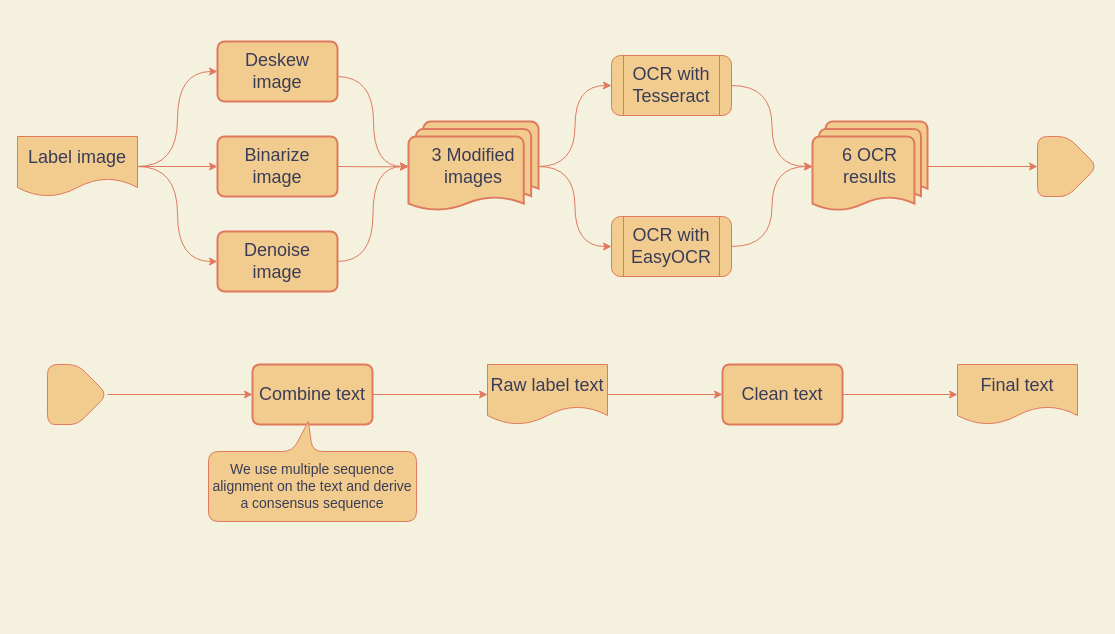
Before: assets/ocr_flow.drawio in rafelafrance/digi_leap_old, a draw.io diagram. Source tidied: cells renumbered, new cells numbered last; positions are measured from the earlier drawing's top-left corner, leaving out a move shared by most shapes. Both pictures are drawn from the tidied source at 100%, with x=0, y=0 at pixel (17, 41).
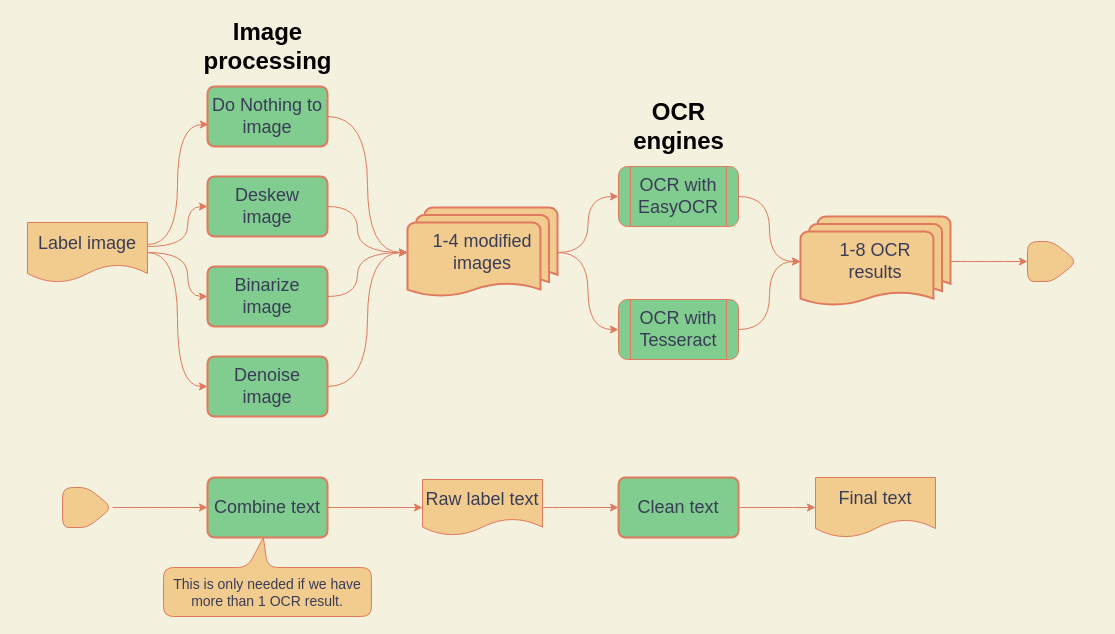
Above is the later version.

Diff of the diagram source:
```diff
@@
-    <mxCell id="2" style="edgeStyle=orthogonalEdgeStyle;rounded=1;jettySize=auto;html=1;entryX=0;entryY=0.5;entryDx=0;entryDy=0;strokeColor=#E07A5F;fontColor=#393C56;labelBackgroundColor=#F4F1DE;curved=1;" parent="1" edge="1" source="4" target="21">
-      <mxGeometry relative="1" as="geometry" />
-    </mxCell>
-    <mxCell id="3" style="edgeStyle=orthogonalEdgeStyle;rounded=1;jettySize=auto;html=1;entryX=0;entryY=0.5;entryDx=0;entryDy=0;strokeColor=#E07A5F;fontColor=#393C56;labelBackgroundColor=#F4F1DE;curved=1;" parent="1" edge="1" source="4" target="22">
-      <mxGeometry relative="1" as="geometry" />
-    </mxCell>
-    <mxCell id="4" value="3 Modified images" style="strokeWidth=2;html=1;shape=mxgraph.flowchart.multi-document;whiteSpace=wrap;fontSize=18;rounded=1;fillColor=#F2CC8F;strokeColor=#E07A5F;fontColor=#393C56;" parent="1" vertex="1">
-      <mxGeometry x="391" y="80" width="130" height="90" as="geometry" />
-    </mxCell>
-    <mxCell id="5" style="edgeStyle=orthogonalEdgeStyle;rounded=1;jettySize=auto;html=1;strokeColor=#E07A5F;fontColor=#393C56;labelBackgroundColor=#F4F1DE;curved=1;" parent="1" edge="1" source="8">
-      <mxGeometry relative="1" as="geometry">
-        <mxPoint x="200" y="125" as="targetPoint" />
-      </mxGeometry>
-    </mxCell>
-    <mxCell id="6" style="edgeStyle=orthogonalEdgeStyle;rounded=1;jettySize=auto;html=1;entryX=0;entryY=0.5;entryDx=0;entryDy=0;strokeColor=#E07A5F;fontColor=#393C56;labelBackgroundColor=#F4F1DE;curved=1;" parent="1" edge="1" source="8" target="30">
-      <mxGeometry relative="1" as="geometry" />
-    </mxCell>
-    <mxCell id="7" style="edgeStyle=orthogonalEdgeStyle;rounded=1;jettySize=auto;html=1;entryX=0;entryY=0.5;entryDx=0;entryDy=0;strokeColor=#E07A5F;fontColor=#393C56;labelBackgroundColor=#F4F1DE;curved=1;" parent="1" edge="1" source="8" target="27">
-      <mxGeometry relative="1" as="geometry" />
-    </mxCell>
     <mxCell id="8" value="Label image" style="shape=document;whiteSpace=wrap;html=1;boundedLbl=1;fontSize=18;rounded=1;fillColor=#F2CC8F;strokeColor=#E07A5F;fontColor=#393C56;" parent="1" vertex="1">
-      <mxGeometry y="95" width="120" height="60" as="geometry" />
+      <mxGeometry x="10" y="181" width="120" height="60" as="geometry" />
     </mxCell>
@@
-    <mxCell id="10" value="6 OCR results" style="strokeWidth=2;html=1;shape=mxgraph.flowchart.multi-document;whiteSpace=wrap;fontSize=18;rounded=1;fillColor=#F2CC8F;strokeColor=#E07A5F;fontColor=#393C56;" parent="1" vertex="1">
-      <mxGeometry x="795" y="80" width="115" height="90" as="geometry" />
+    <mxCell id="10" value="1-8 OCR&lt;br&gt;results" style="strokeWidth=2;html=1;shape=mxgraph.flowchart.multi-document;whiteSpace=wrap;fontSize=18;rounded=1;fillColor=#F2CC8F;strokeColor=#E07A5F;fontColor=#393C56;" parent="1" vertex="1">
+      <mxGeometry x="783" y="175" width="150" height="90" as="geometry" />
     </mxCell>
@@
     <mxCell id="12" value="Raw label text" style="shape=document;whiteSpace=wrap;html=1;boundedLbl=1;fontSize=18;rounded=1;fillColor=#F2CC8F;strokeColor=#E07A5F;fontColor=#393C56;" parent="1" vertex="1">
-      <mxGeometry x="470" y="323" width="120" height="60" as="geometry" />
+      <mxGeometry x="405" y="438" width="120" height="56" as="geometry" />
     </mxCell>
@@
-    <mxCell id="14" value="Clean text" style="rounded=1;whiteSpace=wrap;html=1;absoluteArcSize=1;arcSize=14;strokeWidth=2;fontSize=18;fillColor=#F2CC8F;strokeColor=#E07A5F;fontColor=#393C56;" parent="1" vertex="1">
-      <mxGeometry x="705" y="323" width="120" height="60" as="geometry" />
+    <mxCell id="14" value="Clean text" style="rounded=1;whiteSpace=wrap;html=1;absoluteArcSize=1;arcSize=14;strokeWidth=2;fontSize=18;fillColor=#81CC8F;strokeColor=#E07A5F;fontColor=#393C56;" parent="1" vertex="1">
+      <mxGeometry x="601" y="436" width="120" height="60" as="geometry" />
     </mxCell>
     <mxCell id="15" value="Final text" style="shape=document;whiteSpace=wrap;html=1;boundedLbl=1;fontSize=18;rounded=1;fillColor=#F2CC8F;strokeColor=#E07A5F;fontColor=#393C56;" parent="1" vertex="1">
-      <mxGeometry x="940" y="323" width="120" height="60" as="geometry" />
+      <mxGeometry x="798" y="436" width="120" height="60" as="geometry" />
     </mxCell>
@@
-    <mxCell id="17" value="Combine text" style="rounded=1;whiteSpace=wrap;html=1;absoluteArcSize=1;arcSize=14;strokeWidth=2;fontSize=18;fillColor=#F2CC8F;strokeColor=#E07A5F;fontColor=#393C56;" parent="1" vertex="1">
-      <mxGeometry x="235" y="323" width="120" height="60" as="geometry" />
+    <mxCell id="17" value="Combine text" style="rounded=1;whiteSpace=wrap;html=1;absoluteArcSize=1;arcSize=14;strokeWidth=2;fontSize=18;fillColor=#81CC8F;strokeColor=#E07A5F;fontColor=#393C56;" parent="1" vertex="1">
+      <mxGeometry x="190" y="436" width="120" height="60" as="geometry" />
     </mxCell>
-    <mxCell id="18" value="We use multiple sequence alignment on the text and derive a consensus sequence" style="shape=callout;whiteSpace=wrap;html=1;perimeter=calloutPerimeter;fontSize=14;direction=west;position2=0.52;rounded=1;fillColor=#F2CC8F;strokeColor=#E07A5F;fontColor=#393C56;" parent="1" vertex="1">
-      <mxGeometry x="191" y="380" width="208" height="100" as="geometry" />
+    <mxCell id="18" value="This is only needed if we have more than 1 OCR result." style="shape=callout;whiteSpace=wrap;html=1;perimeter=calloutPerimeter;fontSize=14;direction=west;position2=0.52;rounded=1;fillColor=#F2CC8F;strokeColor=#E07A5F;fontColor=#393C56;" parent="1" vertex="1">
+      <mxGeometry x="146" y="496" width="208" height="79" as="geometry" />
     </mxCell>
     <mxCell id="19" style="verticalLabelPosition=bottom;verticalAlign=top;html=1;shape=offPageConnector;rounded=1;size=0.5;direction=north;fillColor=#F2CC8F;strokeColor=#E07A5F;fontColor=#393C56;" parent="1" vertex="1">
-      <mxGeometry x="1020" y="95" width="60" height="60" as="geometry" />
+      <mxGeometry x="1010" y="200" width="50" height="40" as="geometry" />
     </mxCell>
-    <mxCell id="20" style="group;rounded=1;fontColor=#393C56;" parent="1" vertex="1">
-      <mxGeometry x="594" y="14" width="120" height="221" as="geometry" />
-    </mxCell>
+    <mxCell id="23" style="edgeStyle=orthogonalEdgeStyle;rounded=1;jettySize=auto;html=1;entryX=0;entryY=0.5;entryDx=0;entryDy=0;strokeColor=#E07A5F;fontColor=#393C56;labelBackgroundColor=#F4F1DE;curved=1;exitX=0.5;exitY=1;exitDx=0;exitDy=0;" parent="1" edge="1" source="36" target="17">
+      <mxGeometry relative="1" as="geometry" />
+    </mxCell>
+    <mxCell id="34" style="group;" parent="1" vertex="1">
+      <mxGeometry x="601" y="125" width="120" height="190" as="geometry" />
+    </mxCell>
+    <mxCell id="22" value="OCR with EasyOCR" style="shape=process;whiteSpace=wrap;html=1;backgroundOutline=1;fontSize=18;rounded=1;fillColor=#81CC8F;strokeColor=#E07A5F;fontColor=#393C56;" parent="34" vertex="1">
+      <mxGeometry width="120" height="60" as="geometry" />
+    </mxCell>
-    <mxCell id="21" value="OCR with Tesseract" style="shape=process;whiteSpace=wrap;html=1;backgroundOutline=1;fontSize=18;rounded=1;fillColor=#F2CC8F;strokeColor=#E07A5F;fontColor=#393C56;" parent="20" vertex="1">
-      <mxGeometry width="120" height="60" as="geometry" />
+    <mxCell id="21" value="OCR with Tesseract" style="shape=process;whiteSpace=wrap;html=1;backgroundOutline=1;fontSize=18;rounded=1;fillColor=#81CC8F;strokeColor=#E07A5F;fontColor=#393C56;" parent="34" vertex="1">
+      <mxGeometry y="133" width="120" height="60" as="geometry" />
     </mxCell>
-    <mxCell id="22" value="OCR with EasyOCR" style="shape=process;whiteSpace=wrap;html=1;backgroundOutline=1;fontSize=18;rounded=1;fillColor=#F2CC8F;strokeColor=#E07A5F;fontColor=#393C56;" parent="20" vertex="1">
-      <mxGeometry y="161" width="120" height="60" as="geometry" />
-    </mxCell>
-    <mxCell id="23" style="edgeStyle=orthogonalEdgeStyle;rounded=1;jettySize=auto;html=1;entryX=0;entryY=0.5;entryDx=0;entryDy=0;strokeColor=#E07A5F;fontColor=#393C56;labelBackgroundColor=#F4F1DE;curved=1;" parent="1" edge="1" source="24" target="17">
-      <mxGeometry relative="1" as="geometry" />
-    </mxCell>
-    <mxCell id="24" style="verticalLabelPosition=bottom;verticalAlign=top;html=1;shape=offPageConnector;rounded=1;size=0.5;direction=north;background=lightgreen;fillColor=#F2CC8F;strokeColor=#E07A5F;fontColor=#393C56;" parent="1" vertex="1">
-      <mxGeometry x="30" y="323" width="60" height="60" as="geometry" />
-    </mxCell>
+    <mxCell id="35" value="1-4&amp;nbsp;modified&lt;br&gt;images" style="strokeWidth=2;html=1;shape=mxgraph.flowchart.multi-document;whiteSpace=wrap;fontSize=18;rounded=1;fillColor=#F2CC8F;strokeColor=#E07A5F;fontColor=#393C56;" parent="1" vertex="1">
+      <mxGeometry x="390" y="166" width="150" height="90" as="geometry" />
+    </mxCell>
+    <mxCell id="36" style="verticalLabelPosition=bottom;verticalAlign=top;html=1;shape=offPageConnector;rounded=1;size=0.5;direction=north;fillColor=#F2CC8F;strokeColor=#E07A5F;fontColor=#393C56;" parent="1" vertex="1">
+      <mxGeometry x="45" y="446" width="50" height="40" as="geometry" />
+    </mxCell>
+    <mxCell id="37" style="edgeStyle=orthogonalEdgeStyle;rounded=1;jettySize=auto;html=1;entryX=0;entryY=0.5;entryDx=0;entryDy=0;strokeColor=#E07A5F;fontColor=#393C56;labelBackgroundColor=#F4F1DE;curved=1;exitX=1;exitY=0.5;exitDx=0;exitDy=0;exitPerimeter=0;" parent="1" edge="1" source="35" target="22">
+      <mxGeometry relative="1" as="geometry" />
+    </mxCell>
+    <mxCell id="38" style="edgeStyle=orthogonalEdgeStyle;rounded=1;jettySize=auto;html=1;entryX=0;entryY=0.5;entryDx=0;entryDy=0;strokeColor=#E07A5F;fontColor=#393C56;labelBackgroundColor=#F4F1DE;curved=1;exitX=1;exitY=0.5;exitDx=0;exitDy=0;exitPerimeter=0;" parent="1" edge="1" source="35" target="21">
+      <mxGeometry relative="1" as="geometry" />
+    </mxCell>
+    <mxCell id="26" style="edgeStyle=orthogonalEdgeStyle;rounded=1;jettySize=auto;html=1;entryX=0;entryY=0.5;entryDx=0;entryDy=0;strokeColor=#E07A5F;fontColor=#393C56;labelBackgroundColor=#F4F1DE;curved=1;entryPerimeter=0;" parent="1" edge="1" source="22" target="10">
+      <mxGeometry relative="1" as="geometry" />
+    </mxCell>
-    <mxCell id="25" style="edgeStyle=orthogonalEdgeStyle;rounded=1;jettySize=auto;html=1;entryX=0;entryY=0.5;entryDx=0;entryDy=0;entryPerimeter=0;strokeColor=#E07A5F;fontColor=#393C56;labelBackgroundColor=#F4F1DE;curved=1;" parent="1" edge="1" source="21" target="10">
+    <mxCell id="25" style="edgeStyle=orthogonalEdgeStyle;rounded=1;jettySize=auto;html=1;entryX=0;entryY=0.5;entryDx=0;entryDy=0;strokeColor=#E07A5F;fontColor=#393C56;labelBackgroundColor=#F4F1DE;curved=1;entryPerimeter=0;exitX=1;exitY=0.5;exitDx=0;exitDy=0;" parent="1" edge="1" source="21" target="10">
       <mxGeometry relative="1" as="geometry" />
     </mxCell>
-    <mxCell id="26" style="edgeStyle=orthogonalEdgeStyle;rounded=1;jettySize=auto;html=1;entryX=0;entryY=0.5;entryDx=0;entryDy=0;entryPerimeter=0;strokeColor=#E07A5F;fontColor=#393C56;labelBackgroundColor=#F4F1DE;curved=1;" parent="1" edge="1" source="22" target="10">
-      <mxGeometry relative="1" as="geometry" />
-    </mxCell>
+    <mxCell id="39" value="Image&lt;br&gt;processing" style="text;strokeColor=none;fillColor=none;html=1;fontSize=24;fontStyle=1;verticalAlign=middle;align=center;" parent="1" vertex="1">
+      <mxGeometry x="200" y="-15" width="100" height="40" as="geometry" />
+    </mxCell>
+    <mxCell id="40" value="OCR&lt;br&gt;engines" style="text;strokeColor=none;fillColor=none;html=1;fontSize=24;fontStyle=1;verticalAlign=middle;align=center;" parent="1" vertex="1">
+      <mxGeometry x="611" y="65" width="100" height="40" as="geometry" />
+    </mxCell>
-    <mxCell id="27" value="Deskew image" style="rounded=1;whiteSpace=wrap;html=1;absoluteArcSize=1;arcSize=14;strokeWidth=2;fontSize=18;fillColor=#F2CC8F;strokeColor=#E07A5F;fontColor=#393C56;" parent="1" vertex="1">
-      <mxGeometry x="200" width="120" height="60" as="geometry" />
+    <mxCell id="27" value="Deskew image" style="rounded=1;whiteSpace=wrap;html=1;absoluteArcSize=1;arcSize=14;strokeWidth=2;fontSize=18;fillColor=#81CC8F;strokeColor=#E07A5F;fontColor=#393C56;" parent="1" vertex="1">
+      <mxGeometry x="190" y="135" width="120" height="60" as="geometry" />
     </mxCell>
     <mxCell id="28" style="edgeStyle=orthogonalEdgeStyle;rounded=1;orthogonalLoop=1;jettySize=auto;html=1;exitX=0.5;exitY=1;exitDx=0;exitDy=0;strokeColor=#E07A5F;fontColor=#393C56;labelBackgroundColor=#F4F1DE;curved=1;" parent="1" edge="1">
       <mxGeometry relative="1" as="geometry">
-        <mxPoint x="258" y="273" as="sourcePoint" />
-        <mxPoint x="258" y="273" as="targetPoint" />
+        <mxPoint x="268" y="397" as="sourcePoint" />
+        <mxPoint x="268" y="397" as="targetPoint" />
       </mxGeometry>
     </mxCell>
-    <mxCell id="29" value="Binarize image" style="rounded=1;whiteSpace=wrap;html=1;absoluteArcSize=1;arcSize=14;strokeWidth=2;fontSize=18;fillColor=#F2CC8F;strokeColor=#E07A5F;fontColor=#393C56;" parent="1" vertex="1">
-      <mxGeometry x="200" y="95" width="120" height="60" as="geometry" />
+    <mxCell id="29" value="Binarize image" style="rounded=1;whiteSpace=wrap;html=1;absoluteArcSize=1;arcSize=14;strokeWidth=2;fontSize=18;fillColor=#81CC8F;strokeColor=#E07A5F;fontColor=#393C56;" parent="1" vertex="1">
+      <mxGeometry x="190" y="225" width="120" height="60" as="geometry" />
     </mxCell>
-    <mxCell id="30" value="Denoise image" style="rounded=1;whiteSpace=wrap;html=1;absoluteArcSize=1;arcSize=14;strokeWidth=2;fontSize=18;fillColor=#F2CC8F;strokeColor=#E07A5F;fontColor=#393C56;" parent="1" vertex="1">
-      <mxGeometry x="200" y="190" width="120" height="60" as="geometry" />
+    <mxCell id="30" value="Denoise image" style="rounded=1;whiteSpace=wrap;html=1;absoluteArcSize=1;arcSize=14;strokeWidth=2;fontSize=18;fillColor=#81CC8F;strokeColor=#E07A5F;fontColor=#393C56;" parent="1" vertex="1">
+      <mxGeometry x="190" y="315" width="120" height="60" as="geometry" />
     </mxCell>
-    <mxCell id="31" style="edgeStyle=orthogonalEdgeStyle;rounded=1;jettySize=auto;html=1;entryX=0;entryY=0.5;entryDx=0;entryDy=0;strokeColor=#E07A5F;fontColor=#393C56;labelBackgroundColor=#F4F1DE;entryPerimeter=0;curved=1;" parent="1" edge="1" target="4">
-      <mxGeometry relative="1" as="geometry">
-        <mxPoint x="320" y="35" as="sourcePoint" />
-      </mxGeometry>
-    </mxCell>
-    <mxCell id="32" style="edgeStyle=orthogonalEdgeStyle;rounded=1;jettySize=auto;html=1;strokeColor=#E07A5F;fontColor=#393C56;labelBackgroundColor=#F4F1DE;entryX=0;entryY=0.5;entryDx=0;entryDy=0;entryPerimeter=0;curved=1;" parent="1" edge="1" target="4">
-      <mxGeometry relative="1" as="geometry">
-        <mxPoint x="320" y="125" as="sourcePoint" />
-      </mxGeometry>
-    </mxCell>
-    <mxCell id="33" style="edgeStyle=orthogonalEdgeStyle;rounded=1;jettySize=auto;html=1;entryX=0;entryY=0.5;entryDx=0;entryDy=0;strokeColor=#E07A5F;fontColor=#393C56;labelBackgroundColor=#F4F1DE;entryPerimeter=0;exitX=1;exitY=0.5;exitDx=0;exitDy=0;curved=1;" parent="1" edge="1" source="30" target="4">
-      <mxGeometry relative="1" as="geometry" />
-    </mxCell>
+    <mxCell id="41" value="Do Nothing to image" style="rounded=1;whiteSpace=wrap;html=1;absoluteArcSize=1;arcSize=14;strokeWidth=2;fontSize=18;fillColor=#81CC8F;strokeColor=#E07A5F;fontColor=#393C56;" parent="1" vertex="1">
+      <mxGeometry x="190" y="45" width="120" height="60" as="geometry" />
+    </mxCell>
+    <mxCell id="42" style="edgeStyle=orthogonalEdgeStyle;rounded=1;jettySize=auto;html=1;entryX=0.008;entryY=0.633;entryDx=0;entryDy=0;strokeColor=#E07A5F;fontColor=#393C56;labelBackgroundColor=#F4F1DE;curved=1;exitX=1;exitY=0.367;exitDx=0;exitDy=0;exitPerimeter=0;entryPerimeter=0;" parent="1" edge="1" source="8" target="41">
+      <mxGeometry relative="1" as="geometry" />
+    </mxCell>
+    <mxCell id="43" style="edgeStyle=orthogonalEdgeStyle;rounded=1;jettySize=auto;html=1;entryX=0;entryY=0.5;entryDx=0;entryDy=0;strokeColor=#E07A5F;fontColor=#393C56;labelBackgroundColor=#F4F1DE;curved=1;" parent="1" edge="1" target="27">
+      <mxGeometry relative="1" as="geometry">
+        <mxPoint x="130" y="205" as="sourcePoint" />
+        <Array as="points">
+          <mxPoint x="170" y="205" />
+          <mxPoint x="170" y="165" />
+        </Array>
+      </mxGeometry>
+    </mxCell>
+    <mxCell id="44" style="edgeStyle=orthogonalEdgeStyle;rounded=1;jettySize=auto;html=1;entryX=0;entryY=0.5;entryDx=0;entryDy=0;strokeColor=#E07A5F;fontColor=#393C56;labelBackgroundColor=#F4F1DE;curved=1;exitX=1;exitY=0.5;exitDx=0;exitDy=0;" parent="1" edge="1" source="8" target="29">
+      <mxGeometry relative="1" as="geometry">
+        <Array as="points">
+          <mxPoint x="170" y="211" />
+          <mxPoint x="170" y="255" />
+        </Array>
+      </mxGeometry>
+    </mxCell>
+    <mxCell id="6" style="edgeStyle=orthogonalEdgeStyle;rounded=1;jettySize=auto;html=1;entryX=0;entryY=0.5;entryDx=0;entryDy=0;strokeColor=#E07A5F;fontColor=#393C56;labelBackgroundColor=#F4F1DE;curved=1;exitX=1;exitY=0.5;exitDx=0;exitDy=0;" parent="1" edge="1" source="8" target="30">
+      <mxGeometry relative="1" as="geometry" />
+    </mxCell>
+    <mxCell id="45" style="edgeStyle=orthogonalEdgeStyle;rounded=1;jettySize=auto;html=1;entryX=0;entryY=0.5;entryDx=0;entryDy=0;strokeColor=#E07A5F;fontColor=#393C56;labelBackgroundColor=#F4F1DE;curved=1;exitX=1;exitY=0.5;exitDx=0;exitDy=0;entryPerimeter=0;" parent="1" edge="1" source="41" target="35">
+      <mxGeometry relative="1" as="geometry" />
+    </mxCell>
+    <mxCell id="46" style="edgeStyle=orthogonalEdgeStyle;rounded=1;jettySize=auto;html=1;entryX=0;entryY=0.5;entryDx=0;entryDy=0;strokeColor=#E07A5F;fontColor=#393C56;labelBackgroundColor=#F4F1DE;curved=1;exitX=1;exitY=0.5;exitDx=0;exitDy=0;entryPerimeter=0;" parent="1" edge="1" source="27" target="35">
+      <mxGeometry relative="1" as="geometry">
+        <Array as="points">
+          <mxPoint x="340" y="165" />
+          <mxPoint x="340" y="211" />
+        </Array>
+      </mxGeometry>
+    </mxCell>
+    <mxCell id="47" style="edgeStyle=orthogonalEdgeStyle;rounded=1;jettySize=auto;html=1;entryX=0;entryY=0.5;entryDx=0;entryDy=0;strokeColor=#E07A5F;fontColor=#393C56;labelBackgroundColor=#F4F1DE;curved=1;exitX=1;exitY=0.5;exitDx=0;exitDy=0;entryPerimeter=0;" parent="1" edge="1" source="29" target="35">
+      <mxGeometry relative="1" as="geometry">
+        <Array as="points">
+          <mxPoint x="340" y="255" />
+          <mxPoint x="340" y="211" />
+        </Array>
+      </mxGeometry>
+    </mxCell>
+    <mxCell id="48" style="edgeStyle=orthogonalEdgeStyle;rounded=1;jettySize=auto;html=1;entryX=0;entryY=0.5;entryDx=0;entryDy=0;strokeColor=#E07A5F;fontColor=#393C56;labelBackgroundColor=#F4F1DE;curved=1;exitX=1;exitY=0.5;exitDx=0;exitDy=0;entryPerimeter=0;" parent="1" edge="1" source="30" target="35">
+      <mxGeometry relative="1" as="geometry" />
+    </mxCell>
```
